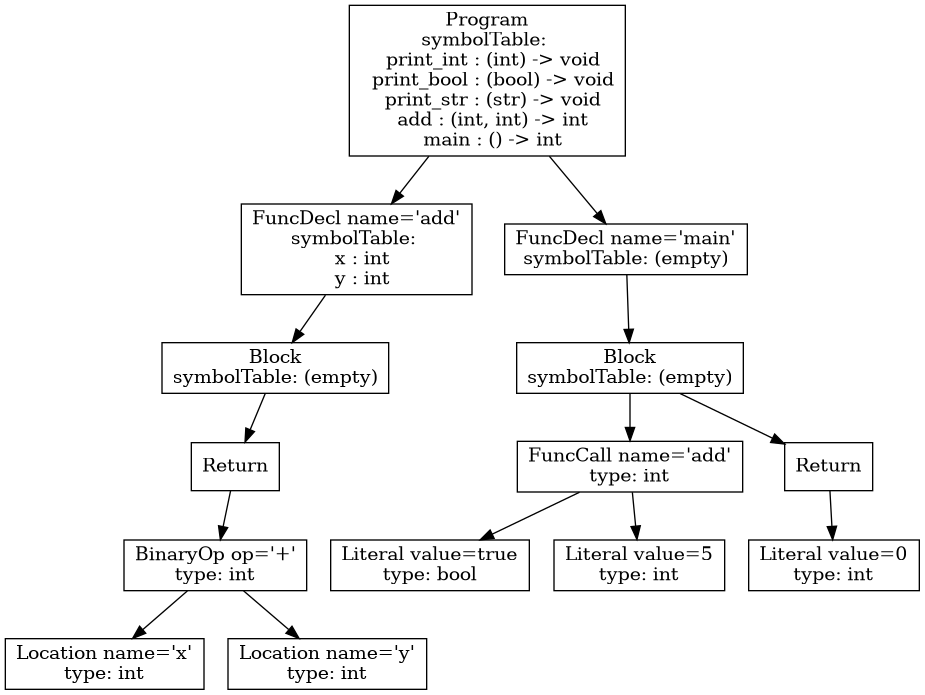
Before: p3-analysis/tree.png, a diagram exported from Graphviz (atrim11/CS432). Its source is kept beside it as p3-analysis/tree.dot.
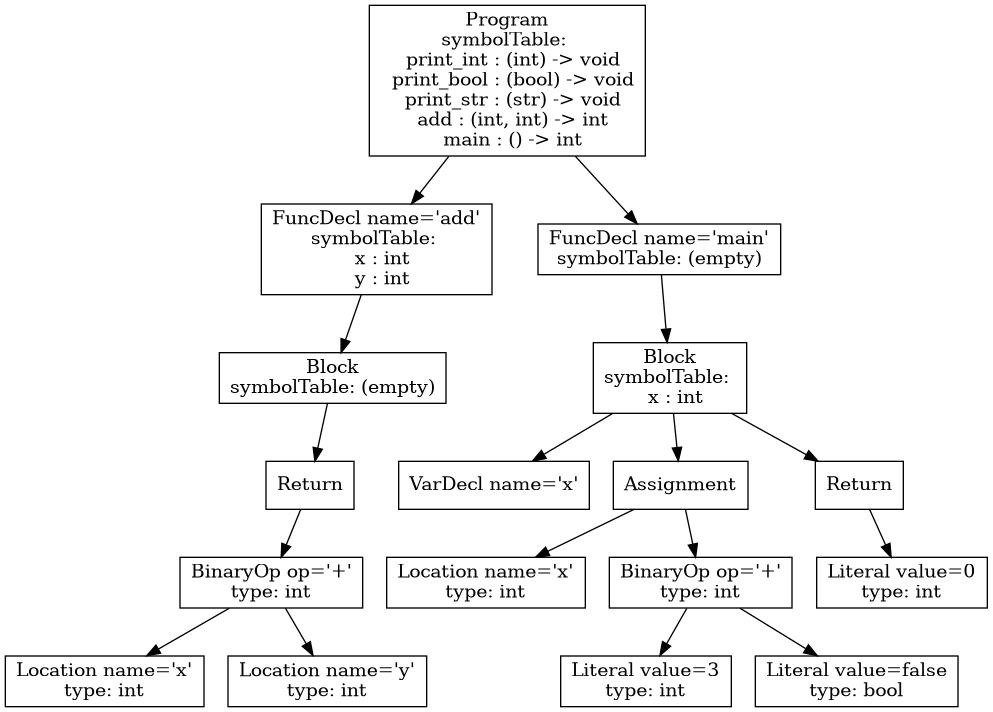
The same diagram one commit later.

The edit, as a diff of the source:
```diff
@@ -10,17 +10,23 @@
 2 -> 3;
 1 [shape=box, label="FuncDecl name='add'\nsymbolTable: \n  x : int\n  y : int"];
 1 -> 2;
-10 [shape=box, label="Literal value=true\ntype: bool"];
-11 [shape=box, label="Literal value=5\ntype: int"];
-9 [shape=box, label="FuncCall name='add'\ntype: int"];
-9 -> 10;
-9 -> 11;
-13 [shape=box, label="Literal value=0\ntype: int"];
-12 [shape=box, label="Return"];
+9 [shape=box, label="VarDecl name='x'"];
+11 [shape=box, label="Location name='x'\ntype: int"];
+13 [shape=box, label="Literal value=3\ntype: int"];
+14 [shape=box, label="Literal value=false\ntype: bool"];
+12 [shape=box, label="BinaryOp op='+'\ntype: int"];
 12 -> 13;
-8 [shape=box, label="Block\nsymbolTable: (empty)"];
+12 -> 14;
+10 [shape=box, label="Assignment"];
+10 -> 11;
+10 -> 12;
+16 [shape=box, label="Literal value=0\ntype: int"];
+15 [shape=box, label="Return"];
+15 -> 16;
+8 [shape=box, label="Block\nsymbolTable: \n  x : int"];
 8 -> 9;
-8 -> 12;
+8 -> 10;
+8 -> 15;
 7 [shape=box, label="FuncDecl name='main'\nsymbolTable: (empty)"];
 7 -> 8;
 0 [shape=box, label="Program\nsymbolTable: \n  print_int : (int) -> void\n  print_bool : (bool) -> void\n  print_str : (str) -> void\n  add : (int, int) -> int\n  main : () -> int"];
```
